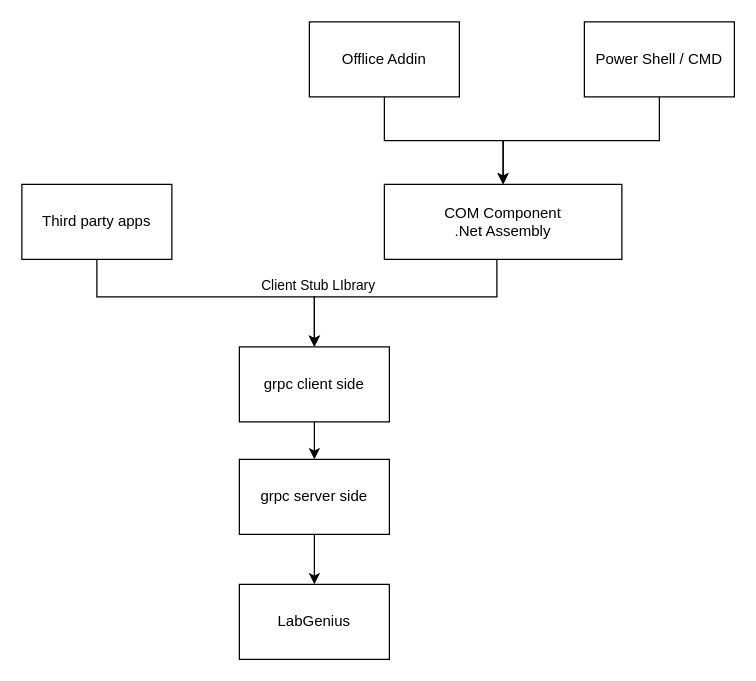
Above: graphs/services.drawio in zhugy08/drawio (draw.io), before the change. Source tidied: cells renumbered, new cells numbered last; positions are measured from the earlier drawing's top-left corner, leaving out a move shared by most shapes. Both pictures are drawn from the tidied source at 125%, with x=0, y=0 at pixel (21, 21).
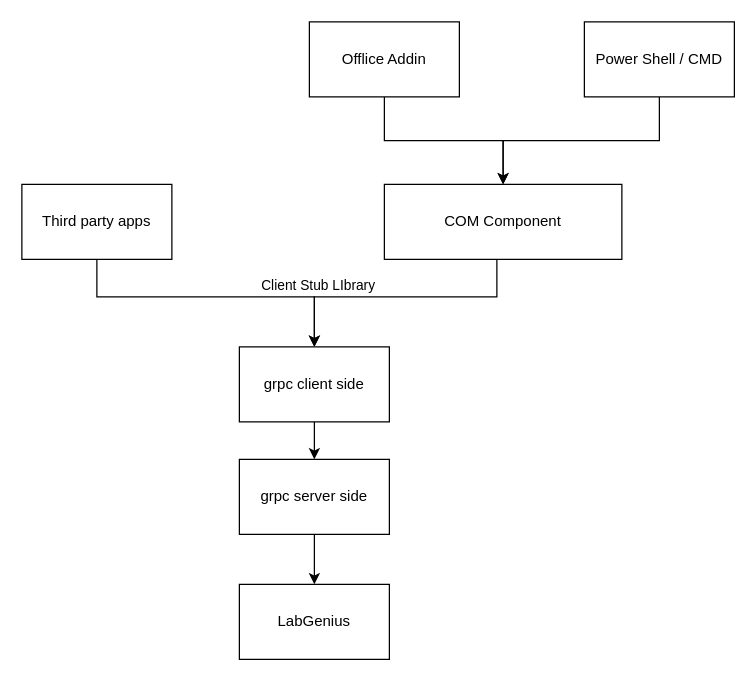
After the change.

Change to the diagram source:
```diff
@@
 <mxGraphModel>
   <root>
     <mxCell id="0" />
     <mxCell id="1" parent="0" />
     <mxCell id="2" value="&lt;div&gt;LabGenius&lt;/div&gt;" style="rounded=0;whiteSpace=wrap;html=1;" parent="1" vertex="1">
       <mxGeometry x="174" y="450" width="120" height="60" as="geometry" />
     </mxCell>
     <mxCell id="3" style="edgeStyle=orthogonalEdgeStyle;rounded=0;jettySize=auto;html=1;" parent="1" edge="1" source="4" target="2">
       <mxGeometry relative="1" as="geometry" />
     </mxCell>
     <mxCell id="4" value="grpc server side" style="rounded=0;whiteSpace=wrap;html=1;" parent="1" vertex="1">
       <mxGeometry x="174" y="350" width="120" height="60" as="geometry" />
     </mxCell>
     <mxCell id="5" style="edgeStyle=orthogonalEdgeStyle;rounded=0;jettySize=auto;html=1;" parent="1" edge="1" source="6" target="4">
       <mxGeometry relative="1" as="geometry" />
     </mxCell>
     <mxCell id="6" value="grpc client side" style="rounded=0;whiteSpace=wrap;html=1;" parent="1" vertex="1">
       <mxGeometry x="174" y="260" width="120" height="60" as="geometry" />
     </mxCell>
     <mxCell id="7" style="edgeStyle=orthogonalEdgeStyle;rounded=0;jettySize=auto;html=1;" parent="1" edge="1" source="9" target="6">
       <mxGeometry relative="1" as="geometry">
         <Array as="points">
           <mxPoint x="60" y="220" />
           <mxPoint x="234" y="220" />
         </Array>
       </mxGeometry>
     </mxCell>
     <mxCell id="8" value="Client Stub LIbrary" style="edgeLabel;html=1;align=center;verticalAlign=middle;" parent="7" vertex="1">
       <mxGeometry x="0.34" y="1" relative="1" as="geometry">
         <mxPoint x="43" y="-9" as="offset" />
       </mxGeometry>
     </mxCell>
     <mxCell id="9" value="Third party apps" style="rounded=0;whiteSpace=wrap;html=1;" parent="1" vertex="1">
       <mxGeometry y="130" width="120" height="60" as="geometry" />
     </mxCell>
     <mxCell id="10" style="edgeStyle=orthogonalEdgeStyle;rounded=0;jettySize=auto;html=1;entryX=0.5;entryY=0;entryDx=0;entryDy=0;" parent="1" edge="1" source="11" target="6">
       <mxGeometry relative="1" as="geometry">
         <Array as="points">
           <mxPoint x="380" y="220" />
           <mxPoint x="234" y="220" />
         </Array>
       </mxGeometry>
     </mxCell>
-    <mxCell id="11" value="&lt;div&gt;COM Component&lt;/div&gt;&lt;div&gt;.Net Assembly&lt;/div&gt;" style="rounded=0;whiteSpace=wrap;html=1;" parent="1" vertex="1">
+    <mxCell id="11" value="&lt;div&gt;COM Component&lt;/div&gt;" style="rounded=0;whiteSpace=wrap;html=1;" parent="1" vertex="1">
       <mxGeometry x="290" y="130" width="190" height="60" as="geometry" />
     </mxCell>
     <mxCell id="12" style="edgeStyle=orthogonalEdgeStyle;rounded=0;jettySize=auto;html=1;entryX=0.5;entryY=0;entryDx=0;entryDy=0;" parent="1" edge="1" source="13" target="11">
       <mxGeometry relative="1" as="geometry" />
     </mxCell>
     <mxCell id="13" value="Offlice Addin" style="rounded=0;whiteSpace=wrap;html=1;" parent="1" vertex="1">
       <mxGeometry x="230" width="120" height="60" as="geometry" />
     </mxCell>
     <mxCell id="14" style="edgeStyle=orthogonalEdgeStyle;rounded=0;jettySize=auto;html=1;entryX=0.5;entryY=0;entryDx=0;entryDy=0;" parent="1" edge="1" source="15" target="11">
       <mxGeometry relative="1" as="geometry" />
     </mxCell>
     <mxCell id="15" value="&lt;div&gt;Power Shell / CMD&lt;br&gt;&lt;/div&gt;" style="rounded=0;whiteSpace=wrap;html=1;" parent="1" vertex="1">
       <mxGeometry x="450" width="120" height="60" as="geometry" />
     </mxCell>
   </root>
 </mxGraphModel>
```
